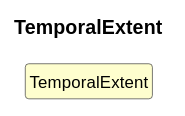
Cross-Domain-Interoperability-Framework/metadataBuildingBlocks keeps this PlantUML diagram as cdif-uml-model/cdifDiscovery/Classes/TemporalExtent.svg. Above is the earlier version.
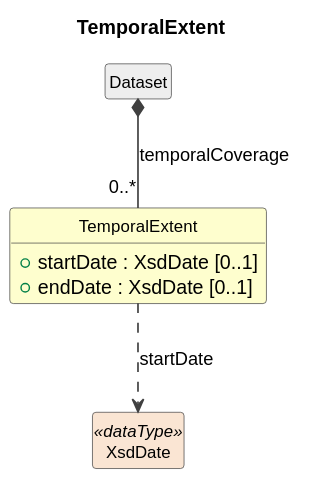
Above is the later version.

Change to the diagram source:
```diff
@@ -10,5 +10,12 @@
   FontSize 12
 }
 
-class "TemporalExtent" as TemporalExtent #FEFECE
+class "TemporalExtent" as TemporalExtent #FEFECE {
+  +startDate : XsdDate [0..1]
+  +endDate : XsdDate [0..1]
+}
+class "Dataset" as Dataset #EEEEEE
+Dataset *-- "0..*" TemporalExtent : temporalCoverage
+class "XsdDate" as XsdDate <<dataType>> #FAE5D3
+TemporalExtent ..> XsdDate : startDate
 @enduml
```
